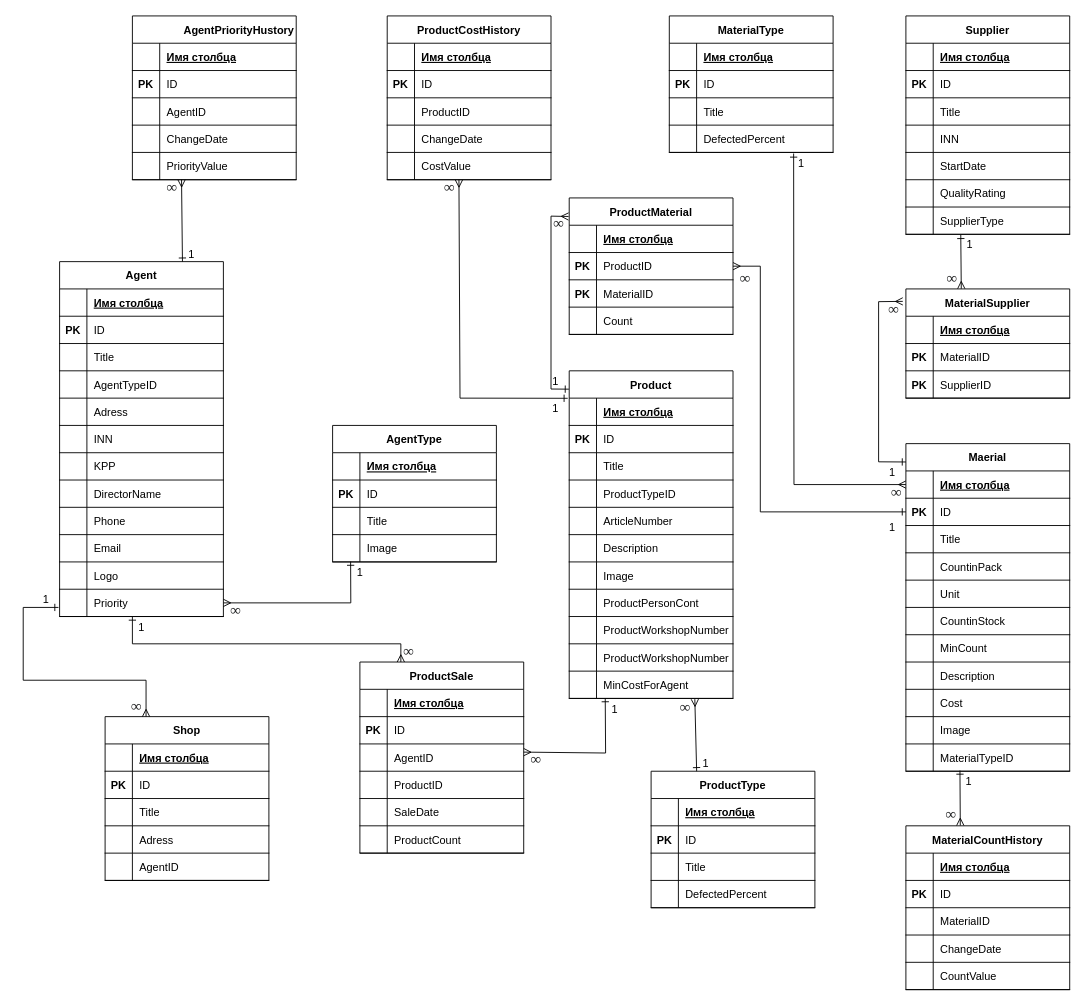
Koloda2/ER-diagrams keeps this draw.io diagram as ER образец.drawio. Above is the earlier version. Source tidied: cells renumbered, new cells numbered last; positions are measured from the earlier drawing's top-left corner, leaving out a move shared by most shapes. Both pictures are drawn from the tidied source at 91%, with x=0, y=0 at pixel (23, 15).
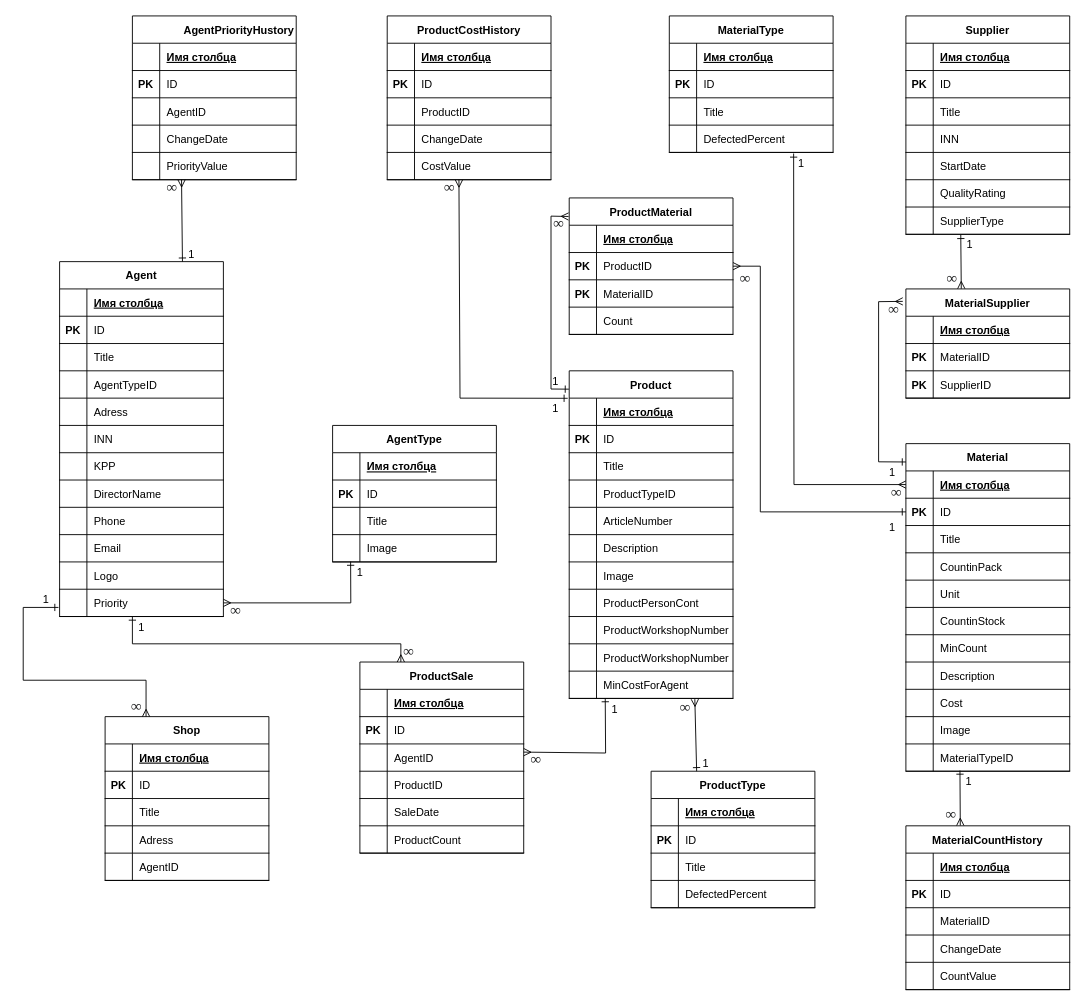
The same diagram, later.

The edit, as a diff of the source:
```diff
@@
-    <mxCell id="248" value="Maerial" style="shape=table;startSize=30;childLayout=tableLayout;rowLines=0;fontStyle=1;align=center;labelBackgroundColor=none;labelBorderColor=none;" parent="1" vertex="1">
+    <mxCell id="248" value="Material" style="shape=table;startSize=30;childLayout=tableLayout;rowLines=0;fontStyle=1;align=center;labelBackgroundColor=none;labelBorderColor=none;" parent="1" vertex="1">
       <mxGeometry x="970" y="470" width="180" height="360" as="geometry" />
     </mxCell>
```
